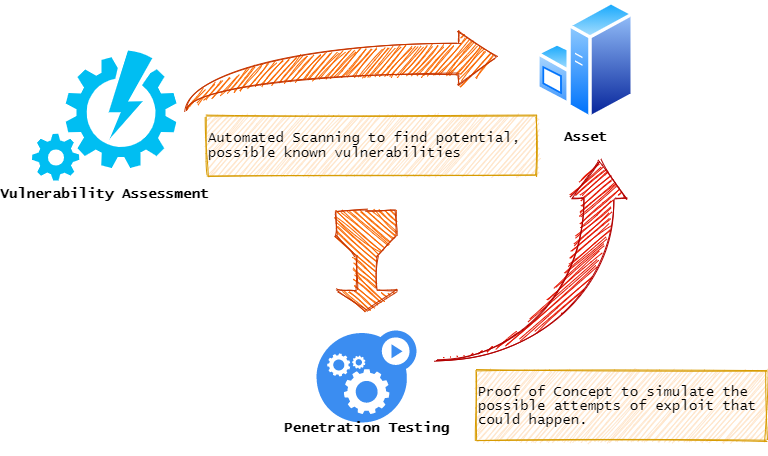
The draw.io diagram image/VAPT Intro.png in gh1mau/vapt, before a commit. Source tidied: cells renumbered, new cells last; positions are measured from the earlier drawing's top-left corner, leaving out a move shared by most shapes.
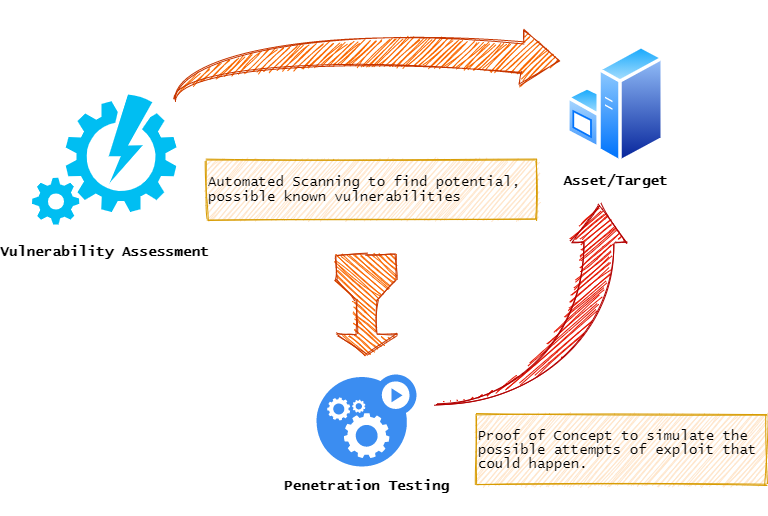
Above is the later version.

What changed in the source:
```diff
@@ -2,17 +2,17 @@
   <root>
     <mxCell id="0" />
     <mxCell id="1" parent="0" />
-    <mxCell id="2" value="&lt;b&gt;&lt;font face=&quot;Lucida Console&quot; style=&quot;font-size: 14px&quot;&gt;Asset&lt;/font&gt;&lt;/b&gt;" style="perimeter=ellipsePerimeter;html=1;align=center;shadow=0;dashed=0;spacingTop=3;image;image=img/lib/active_directory/windows_server.svg;sketch=1;" parent="1" vertex="1">
-      <mxGeometry x="504" width="98.4" height="120" as="geometry" />
+    <mxCell id="2" value="&lt;b&gt;&lt;font face=&quot;Lucida Console&quot; style=&quot;font-size: 14px&quot;&gt;Asset/Target&lt;/font&gt;&lt;/b&gt;" style="perimeter=ellipsePerimeter;html=1;align=center;shadow=0;dashed=0;spacingTop=3;image;image=img/lib/active_directory/windows_server.svg;sketch=1;" parent="1" vertex="1">
+      <mxGeometry x="534" width="98.4" height="120" as="geometry" />
     </mxCell>
-    <mxCell id="3" value="&lt;font face=&quot;Lucida Console&quot; style=&quot;font-size: 14px&quot;&gt;&lt;b&gt;Vulnerability Assessment&lt;/b&gt;&lt;/font&gt;" style="verticalLabelPosition=bottom;html=1;verticalAlign=top;align=center;strokeColor=none;fillColor=#00BEF2;shape=mxgraph.azure.automation;sketch=0;" parent="1" vertex="1">
+    <mxCell id="3" value="&lt;font face=&quot;Lucida Console&quot; style=&quot;font-size: 14px&quot;&gt;&lt;b&gt;&lt;br&gt;Vulnerability Assessment&lt;/b&gt;&lt;/font&gt;" style="verticalLabelPosition=bottom;html=1;verticalAlign=top;align=center;strokeColor=none;fillColor=#00BEF2;shape=mxgraph.azure.automation;sketch=0;" parent="1" vertex="1">
       <mxGeometry x="-0.4" y="50" width="144.4" height="130" as="geometry" />
     </mxCell>
-    <mxCell id="4" value="&lt;font face=&quot;Lucida Console&quot; style=&quot;font-size: 14px&quot;&gt;&lt;b&gt;&lt;br&gt;&lt;br&gt;&lt;br&gt;&lt;br&gt;&lt;br&gt;&lt;br&gt;Penetration Testing&lt;/b&gt;&lt;/font&gt;" style="html=1;strokeColor=none;shadow=0;align=center;verticalAlign=top;fillColor=#3B8DF1;shape=mxgraph.gcp2.gear_load;" parent="1" vertex="1">
+    <mxCell id="4" value="&lt;font face=&quot;Lucida Console&quot; style=&quot;font-size: 14px&quot;&gt;&lt;b&gt;&lt;br&gt;&lt;br&gt;&lt;br&gt;&lt;br&gt;&lt;br&gt;&lt;br&gt;&lt;br&gt;Penetration Testing&lt;/b&gt;&lt;/font&gt;" style="html=1;strokeColor=none;shadow=0;align=center;verticalAlign=top;fillColor=#3B8DF1;shape=mxgraph.gcp2.gear_load;" parent="1" vertex="1">
       <mxGeometry x="284" y="330" width="100" height="92" as="geometry" />
     </mxCell>
-    <mxCell id="5" value="&lt;br&gt;&lt;br&gt;&lt;br&gt;&lt;br&gt;" style="html=1;shadow=0;dashed=0;align=center;verticalAlign=middle;shape=mxgraph.arrows2.jumpInArrow;dy=15;dx=38;arrowHead=55;sketch=1;fillColor=#fa6800;strokeColor=#C73500;fontColor=#ffffff;" parent="1" vertex="1">
-      <mxGeometry x="154" y="30" width="310" height="80" as="geometry" />
+    <mxCell id="5" value="&lt;br&gt;&lt;br&gt;&lt;br&gt;&lt;br&gt;" style="html=1;shadow=0;dashed=0;align=center;verticalAlign=middle;shape=mxgraph.arrows2.jumpInArrow;dy=15;dx=38;arrowHead=55;sketch=1;fillColor=#fa6800;strokeColor=#C73500;fontColor=#ffffff;rotation=5;" parent="1" vertex="1">
+      <mxGeometry x="146" y="-28" width="380" height="100" as="geometry" />
     </mxCell>
     <mxCell id="6" value="&lt;p&gt;&lt;div style=&quot;text-align: justify&quot;&gt;&lt;span style=&quot;font-size: 14px ; font-family: &amp;#34;lucida console&amp;#34;&quot;&gt;Automated Scanning to find potential,&lt;/span&gt;&lt;/div&gt;&lt;span style=&quot;font-size: 14px ; font-family: &amp;#34;lucida console&amp;#34;&quot;&gt;&lt;div style=&quot;text-align: justify&quot;&gt;&lt;span&gt;possible known vulnerabilities&lt;/span&gt;&lt;/div&gt;&lt;/span&gt;&lt;/p&gt;" style="text;html=1;align=left;verticalAlign=middle;fillColor=#ffe6cc;strokeColor=#d79b00;sketch=1;" parent="1" vertex="1">
       <mxGeometry x="174" y="115" width="330" height="60" as="geometry" />
```
